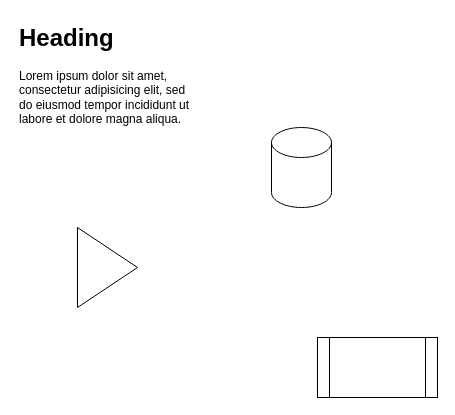
AlejandroMolinaMedina/drawio keeps this draw.io diagram as diagrams/Alejandro.drawio. Above is the earlier version. Source tidied: cells renumbered, new cells numbered last; positions are measured from the earlier drawing's top-left corner, leaving out a move shared by most shapes. Both pictures are drawn from the tidied source at 100%, with x=0, y=0 at pixel (17, 17).
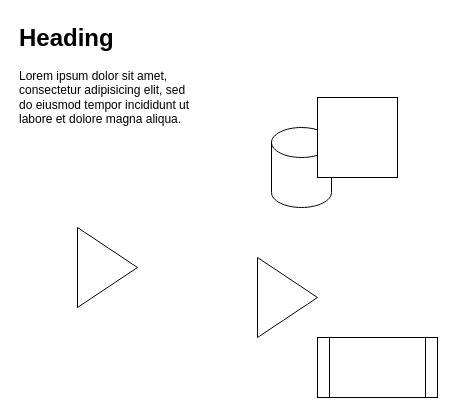
The same diagram, later.

The edit, as a diff of the source:
```diff
@@
 <mxGraphModel>
   <root>
     <mxCell id="0" />
     <mxCell id="1" parent="0" />
     <mxCell id="2" value="&lt;h1 style=&quot;margin-top: 0px;&quot;&gt;Heading&lt;/h1&gt;&lt;p&gt;Lorem ipsum dolor sit amet, consectetur adipisicing elit, sed do eiusmod tempor incididunt ut labore et dolore magna aliqua.&lt;/p&gt;" style="text;html=1;whiteSpace=wrap;overflow=hidden;rounded=0;" parent="1" vertex="1">
       <mxGeometry width="180" height="120" as="geometry" />
     </mxCell>
     <mxCell id="3" style="shape=cylinder3;whiteSpace=wrap;html=1;boundedLbl=1;backgroundOutline=1;size=15;" parent="1" vertex="1">
       <mxGeometry x="254" y="110" width="60" height="80" as="geometry" />
     </mxCell>
     <mxCell id="4" style="triangle;whiteSpace=wrap;html=1;shapeInside=1;" parent="1" vertex="1">
       <mxGeometry x="60" y="210" width="60" height="80" as="geometry" />
     </mxCell>
     <mxCell id="5" style="shape=process;whiteSpace=wrap;html=1;backgroundOutline=1;" parent="1" vertex="1">
       <mxGeometry x="300" y="320" width="120" height="60" as="geometry" />
     </mxCell>
+    <mxCell id="6" style="triangle;whiteSpace=wrap;html=1;shapeInside=1;" parent="1" vertex="1">
+      <mxGeometry x="240" y="240" width="60" height="80" as="geometry" />
+    </mxCell>
+    <mxCell id="7" style="whiteSpace=wrap;html=1;" parent="1" vertex="1">
+      <mxGeometry x="300" y="80" width="80" height="80" as="geometry" />
+    </mxCell>
   </root>
 </mxGraphModel>
```
